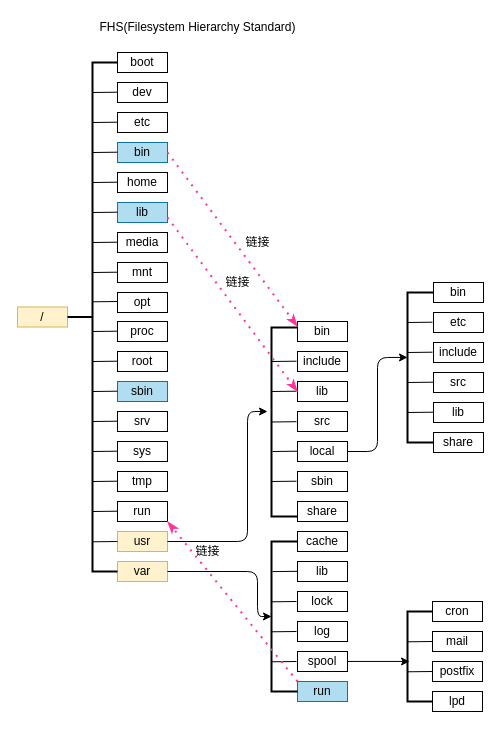
Before: Linux/pictures/Linux目录树结构.drawio in JohnJeep/Learning-CS-Journey, a draw.io diagram. Source tidied: cells renumbered, new cells numbered last; positions are measured from the earlier drawing's top-left corner, leaving out a move shared by most shapes. Both pictures are drawn from the tidied source at 100%, with x=0, y=0 at pixel (17, 17).
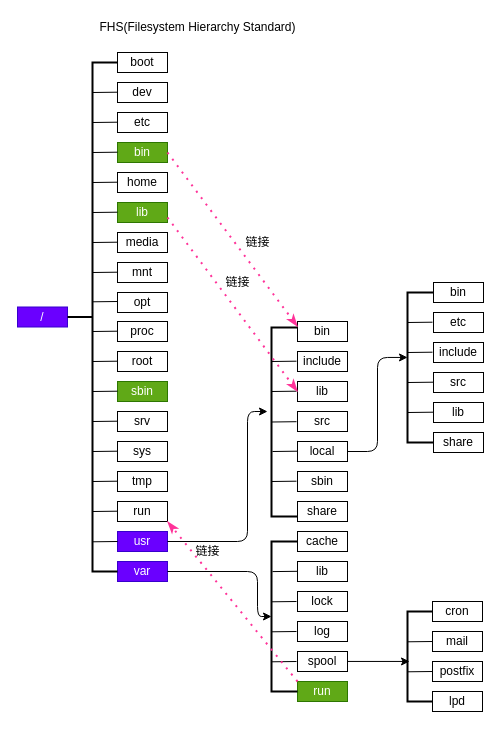
Above is the later version.

What changed in the source:
```diff
@@
-    <mxCell id="2" value="/" style="rounded=0;whiteSpace=wrap;html=1;fillColor=#fff2cc;strokeColor=#d6b656;" parent="1" vertex="1">
+    <mxCell id="2" value="/" style="rounded=0;whiteSpace=wrap;html=1;fillColor=#6a00ff;strokeColor=#3700CC;fontColor=#ffffff;" parent="1" vertex="1">
       <mxGeometry y="289.5" width="50" height="20" as="geometry" />
     </mxCell>
@@
-    <mxCell id="6" value="bin" style="rounded=0;whiteSpace=wrap;html=1;fillColor=#b1ddf0;strokeColor=#10739e;" parent="1" vertex="1">
+    <mxCell id="6" value="bin" style="rounded=0;whiteSpace=wrap;html=1;fillColor=#60a917;strokeColor=#2D7600;fontColor=#ffffff;" parent="1" vertex="1">
       <mxGeometry x="100" y="125" width="50" height="20" as="geometry" />
     </mxCell>
@@
-    <mxCell id="8" value="lib" style="rounded=0;whiteSpace=wrap;html=1;fillColor=#b1ddf0;strokeColor=#10739e;" parent="1" vertex="1">
+    <mxCell id="8" value="lib" style="rounded=0;whiteSpace=wrap;html=1;fillColor=#60a917;strokeColor=#2D7600;fontColor=#ffffff;" parent="1" vertex="1">
       <mxGeometry x="100" y="185" width="50" height="20" as="geometry" />
     </mxCell>
@@
-    <mxCell id="14" value="sbin" style="rounded=0;whiteSpace=wrap;html=1;fillColor=#b1ddf0;strokeColor=#10739e;" parent="1" vertex="1">
+    <mxCell id="14" value="sbin" style="rounded=0;whiteSpace=wrap;html=1;fillColor=#60a917;strokeColor=#2D7600;fontColor=#ffffff;" parent="1" vertex="1">
       <mxGeometry x="100" y="364" width="50" height="20" as="geometry" />
     </mxCell>
@@
-    <mxCell id="19" value="usr" style="rounded=0;whiteSpace=wrap;html=1;fillColor=#fff2cc;strokeColor=#d6b656;" parent="1" vertex="1">
+    <mxCell id="19" value="usr" style="rounded=0;whiteSpace=wrap;html=1;fillColor=#6a00ff;strokeColor=#3700CC;fontColor=#ffffff;" parent="1" vertex="1">
       <mxGeometry x="100" y="514" width="50" height="20" as="geometry" />
     </mxCell>
-    <mxCell id="20" value="var" style="rounded=0;whiteSpace=wrap;html=1;fillColor=#fff2cc;strokeColor=#d6b656;" parent="1" vertex="1">
+    <mxCell id="20" value="var" style="rounded=0;whiteSpace=wrap;html=1;fillColor=#6a00ff;strokeColor=#3700CC;fontColor=#ffffff;" parent="1" vertex="1">
       <mxGeometry x="100" y="544" width="50" height="20" as="geometry" />
     </mxCell>
@@
-    <mxCell id="39" value="run" style="rounded=0;whiteSpace=wrap;html=1;fillColor=#b1ddf0;strokeColor=#10739e;" parent="1" vertex="1">
+    <mxCell id="39" value="run" style="rounded=0;whiteSpace=wrap;html=1;fillColor=#60a917;strokeColor=#2D7600;fontColor=#ffffff;" parent="1" vertex="1">
       <mxGeometry x="280" y="664" width="50" height="20" as="geometry" />
     </mxCell>
```
